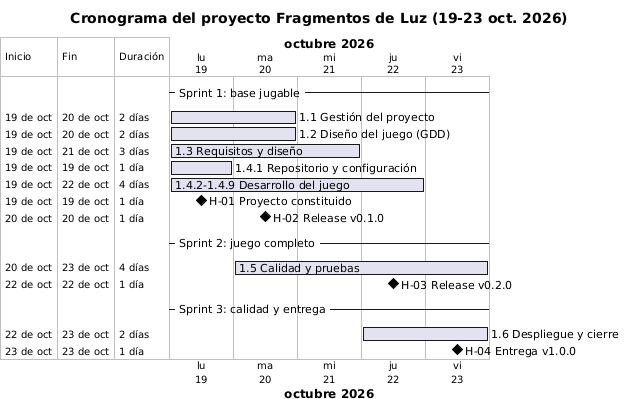
This is docs/diagramas/cronograma_gantt.png from jaider23100/FragmentosDeLuz, a PlantUML export, as it was before one commit.
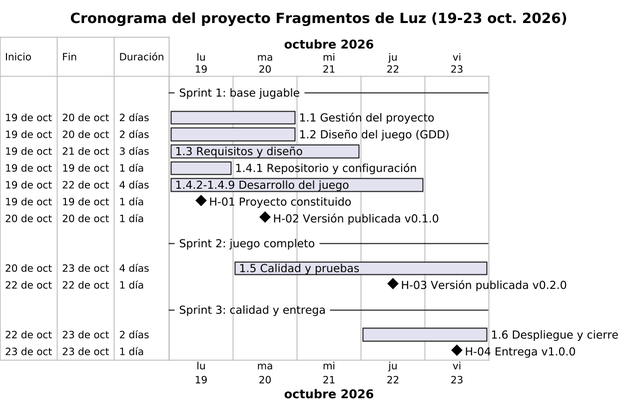
The same file after the commit.

The edit, as a diff of the source:
```diff
@@ -1,6 +1,7 @@
 @startgantt cronograma
 title Cronograma del proyecto Fragmentos de Luz (19-23 oct. 2026)
 language es
+scale 2
 printscale daily zoom 4
 Project starts 2026-10-19
 saturday are closed
@@ -13,11 +14,11 @@
 [1.4.1 Repositorio y configuración] starts 2026-10-19 and lasts 1 day
 [1.4.2-1.4.9 Desarrollo del juego] as [DEV] starts 2026-10-19 and lasts 4 days
 [H-01 Proyecto constituido] happens 2026-10-19
-[H-02 Release v0.1.0] happens 2026-10-20
+[H-02 Versión publicada v0.1.0] happens 2026-10-20
 
 -- Sprint 2: juego completo --
 [1.5 Calidad y pruebas] as [QA] starts 2026-10-20 and lasts 4 days
-[H-03 Release v0.2.0] happens 2026-10-22
+[H-03 Versión publicada v0.2.0] happens 2026-10-22
 
 -- Sprint 3: calidad y entrega --
 [1.6 Despliegue y cierre] starts 2026-10-22 and lasts 2 days
```
